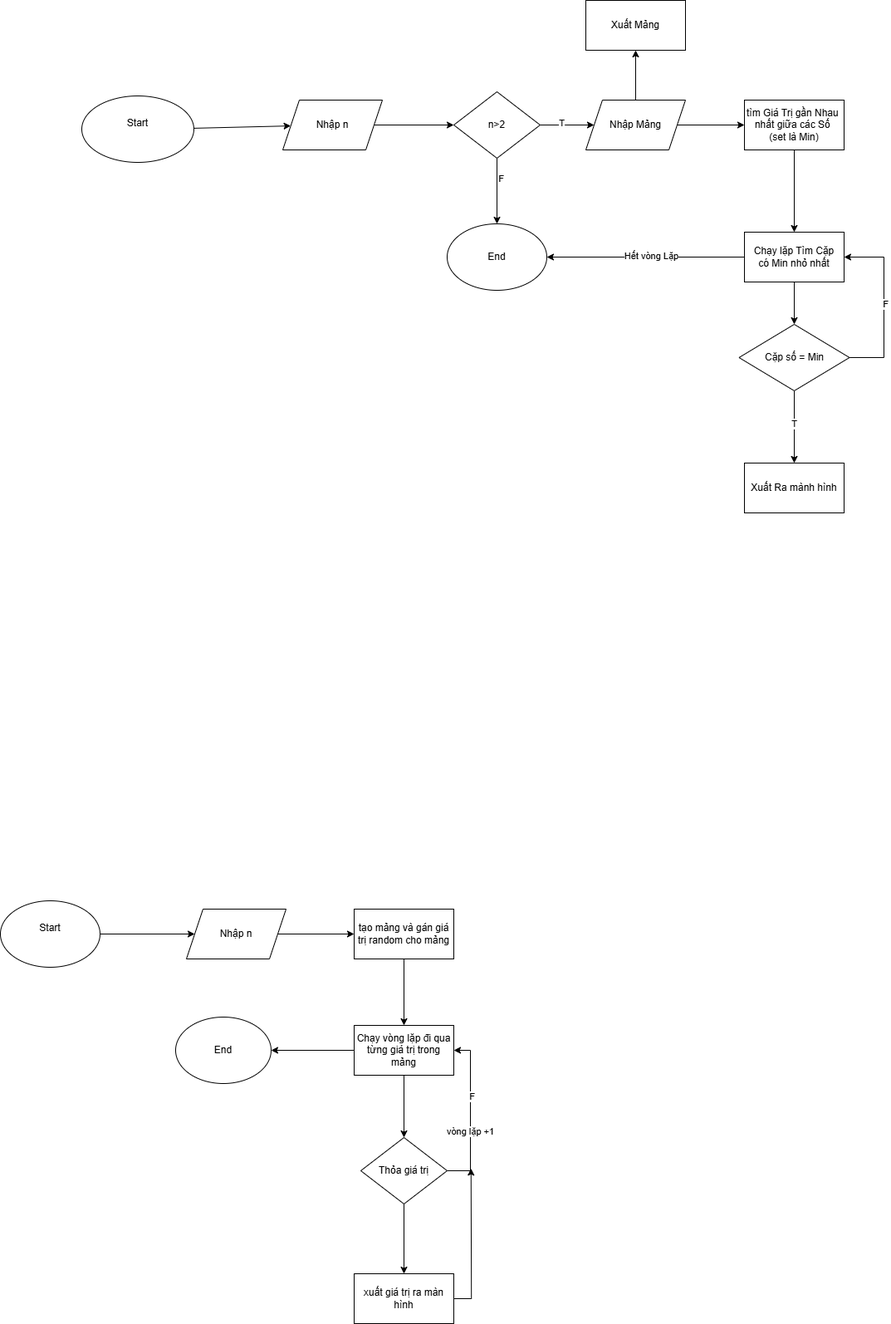
Earlier version of the draw.io export FindAllEven.png (dogdogee/CodeZuni). Source tidied: cells renumbered, new cells last; positions are measured from the earlier drawing's top-left corner, leaving out a move shared by most shapes.
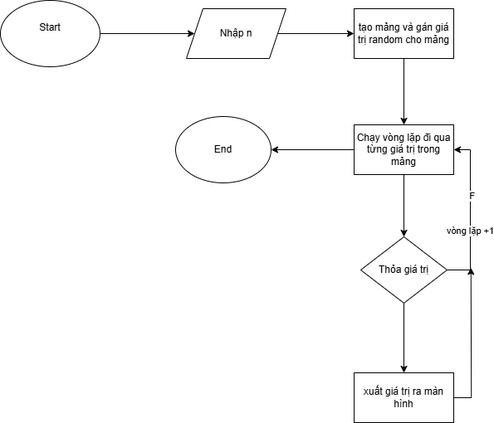
After the commit.

What changed in the source:
```diff
@@ -2,91 +2,6 @@
   <root>
     <mxCell id="0" />
     <mxCell id="1" parent="0" />
-    <mxCell id="2" style="endArrow=classic;html=1;rounded=0;" parent="1" edge="1" source="26" target="23">
-      <mxGeometry relative="1" as="geometry">
-        <Array as="points">
-          <mxPoint x="1064" y="430" />
-          <mxPoint x="1064" y="309" />
-        </Array>
-      </mxGeometry>
-    </mxCell>
-    <mxCell id="3" value="F" style="edgeLabel;html=1;align=center;verticalAlign=middle;" parent="2" vertex="1">
-      <mxGeometry x="0.01" y="-1" relative="1" as="geometry" />
-    </mxCell>
-    <mxCell id="4" value="Start&lt;div&gt;&lt;br&gt;&lt;/div&gt;" style="ellipse;whiteSpace=wrap;html=1;rounded=0;" parent="1" vertex="1">
-      <mxGeometry x="98" y="115" width="135" height="80" as="geometry" />
-    </mxCell>
-    <mxCell id="5" value="End" style="ellipse;whiteSpace=wrap;html=1;" parent="1" vertex="1">
-      <mxGeometry x="538" y="269" width="120" height="80" as="geometry" />
-    </mxCell>
-    <mxCell id="6" style="edgeStyle=orthogonalEdgeStyle;rounded=0;jettySize=auto;html=1;" parent="1" edge="1" source="10" target="5">
-      <mxGeometry relative="1" as="geometry" />
-    </mxCell>
-    <mxCell id="7" value="F" style="edgeLabel;html=1;align=center;verticalAlign=middle;" parent="6" vertex="1">
-      <mxGeometry x="-0.4" y="4" relative="1" as="geometry" />
-    </mxCell>
-    <mxCell id="8" style="edgeStyle=orthogonalEdgeStyle;rounded=0;jettySize=auto;html=1;entryX=0;entryY=0.5;entryDx=0;entryDy=0;" parent="1" edge="1" source="10" target="15">
-      <mxGeometry relative="1" as="geometry" />
-    </mxCell>
-    <mxCell id="9" value="T" style="edgeLabel;html=1;align=center;verticalAlign=middle;" parent="8" vertex="1">
-      <mxGeometry x="-0.23" y="3" relative="1" as="geometry" />
-    </mxCell>
-    <mxCell id="10" value="n&amp;gt;2" style="rhombus;whiteSpace=wrap;html=1;" parent="1" vertex="1">
-      <mxGeometry x="546" y="110" width="104" height="80" as="geometry" />
-    </mxCell>
-    <mxCell id="11" value="Nhập n" style="shape=parallelogram;perimeter=parallelogramPerimeter;whiteSpace=wrap;html=1;fixedSize=1;" parent="1" vertex="1">
-      <mxGeometry x="340" y="120" width="120" height="60" as="geometry" />
-    </mxCell>
-    <mxCell id="12" style="endArrow=classic;html=1;rounded=0;" parent="1" edge="1" source="4" target="11">
-      <mxGeometry relative="1" as="geometry" />
-    </mxCell>
-    <mxCell id="13" style="endArrow=classic;html=1;rounded=0;" parent="1" edge="1" source="11" target="10">
-      <mxGeometry relative="1" as="geometry" />
-    </mxCell>
-    <mxCell id="14" style="edgeStyle=orthogonalEdgeStyle;rounded=0;jettySize=auto;html=1;" parent="1" edge="1" source="15" target="16">
-      <mxGeometry relative="1" as="geometry" />
-    </mxCell>
-    <mxCell id="15" value="Nhập Mảng" style="shape=parallelogram;perimeter=parallelogramPerimeter;whiteSpace=wrap;html=1;fixedSize=1;" parent="1" vertex="1">
-      <mxGeometry x="705" y="120" width="120" height="60" as="geometry" />
-    </mxCell>
-    <mxCell id="16" value="Xuất Mảng" style="whiteSpace=wrap;html=1;" parent="1" vertex="1">
-      <mxGeometry x="705" width="120" height="60" as="geometry" />
-    </mxCell>
-    <mxCell id="17" style="endArrow=classic;html=1;rounded=0;" parent="1" edge="1" source="15">
-      <mxGeometry relative="1" as="geometry">
-        <mxPoint x="896" y="150" as="targetPoint" />
-      </mxGeometry>
-    </mxCell>
-    <mxCell id="18" style="edgeStyle=orthogonalEdgeStyle;rounded=0;jettySize=auto;html=1;" parent="1" edge="1" source="19" target="23">
-      <mxGeometry relative="1" as="geometry" />
-    </mxCell>
-    <mxCell id="19" value="tìm Giá Trị gần Nhau&amp;nbsp;&lt;div&gt;nhất giữa các Số&amp;nbsp;&lt;/div&gt;&lt;div&gt;(set là Min)&lt;/div&gt;" style="rounded=0;whiteSpace=wrap;html=1;" parent="1" vertex="1">
-      <mxGeometry x="896" y="120" width="120" height="60" as="geometry" />
-    </mxCell>
-    <mxCell id="20" style="edgeStyle=orthogonalEdgeStyle;rounded=0;jettySize=auto;html=1;" parent="1" edge="1" source="23" target="26">
-      <mxGeometry relative="1" as="geometry" />
-    </mxCell>
-    <mxCell id="21" style="edgeStyle=orthogonalEdgeStyle;rounded=0;jettySize=auto;html=1;" parent="1" edge="1" source="23" target="5">
-      <mxGeometry relative="1" as="geometry" />
-    </mxCell>
-    <mxCell id="22" value="Hết vòng Lặp" style="edgeLabel;html=1;align=center;verticalAlign=middle;" parent="21" vertex="1">
-      <mxGeometry x="-0.05" y="-2" relative="1" as="geometry" />
-    </mxCell>
-    <mxCell id="23" value="Chạy lặp Tìm Cặp&lt;div&gt;có Min nhỏ nhất&lt;/div&gt;" style="whiteSpace=wrap;html=1;rounded=0;" parent="1" vertex="1">
-      <mxGeometry x="896" y="279" width="120" height="60" as="geometry" />
-    </mxCell>
-    <mxCell id="24" style="edgeStyle=orthogonalEdgeStyle;rounded=0;jettySize=auto;html=1;" parent="1" edge="1" source="26" target="27">
-      <mxGeometry relative="1" as="geometry" />
-    </mxCell>
-    <mxCell id="25" value="T" style="edgeLabel;html=1;align=center;verticalAlign=middle;" parent="24" vertex="1">
-      <mxGeometry x="-0.1" y="-1" relative="1" as="geometry" />
-    </mxCell>
-    <mxCell id="26" value="Cặp số = Min" style="rhombus;whiteSpace=wrap;html=1;rounded=0;" parent="1" vertex="1">
-      <mxGeometry x="889.5" y="390" width="133" height="80" as="geometry" />
-    </mxCell>
-    <mxCell id="27" value="Xuất Ra mành hình" style="whiteSpace=wrap;html=1;rounded=0;" parent="1" vertex="1">
-      <mxGeometry x="896" y="557" width="120" height="60" as="geometry" />
-    </mxCell>
     <mxCell id="28" style="edgeStyle=orthogonalEdgeStyle;rounded=0;jettySize=auto;html=1;" parent="1" edge="1" source="29" target="31">
       <mxGeometry relative="1" as="geometry" />
     </mxCell>
```
